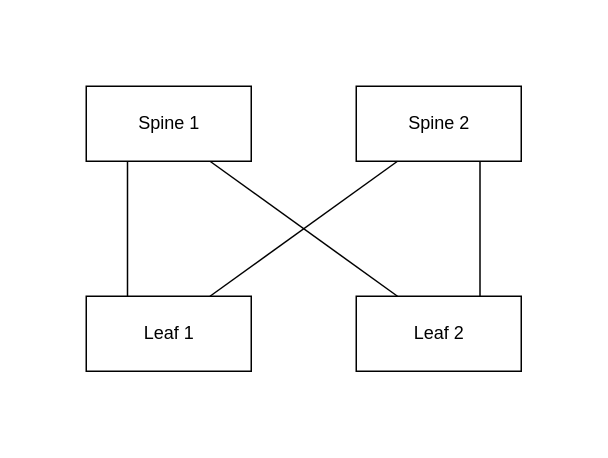
Earlier version of the draw.io diagram docs/docs/05-Concepts/03-Network/2-layer-leaf-spine.drawio (metal-stack/website). Source tidied: cells renumbered, new cells numbered last; positions are measured from the earlier drawing's top-left corner, leaving out a move shared by most shapes. Both pictures are drawn from the tidied source at 150%, with x=0, y=0 at pixel (86, 86).
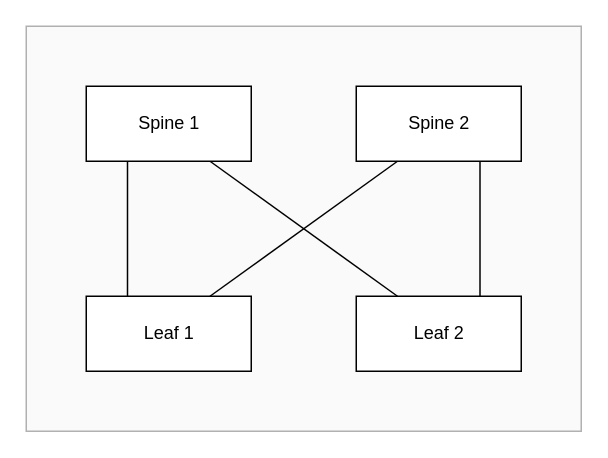
The same page after the edit.

The edit, as a diff of the source:
```diff
@@
 <mxGraphModel>
   <root>
     <mxCell id="0" />
     <mxCell id="1" parent="0" />
+    <mxCell id="10" style="rounded=0;whiteSpace=wrap;html=1;sketch=0;fontSize=20;fontColor=#333333;fillColor=#f5f5f5;opacity=50;strokeColor=#666666;" parent="1" vertex="1">
+      <mxGeometry x="-40" y="-40" width="370" height="270" as="geometry" />
+    </mxCell>
     <mxCell id="2" style="edgeStyle=orthogonalEdgeStyle;rounded=0;jettySize=auto;html=1;exitX=0.25;exitY=1;exitDx=0;exitDy=0;entryX=0.25;entryY=0;entryDx=0;entryDy=0;endArrow=none;endFill=0;" parent="1" edge="1" source="4" target="8">
       <mxGeometry relative="1" as="geometry" />
     </mxCell>
     <mxCell id="3" style="rounded=0;jettySize=auto;html=1;exitX=0.75;exitY=1;exitDx=0;exitDy=0;entryX=0.25;entryY=0;entryDx=0;entryDy=0;endArrow=none;endFill=0;" parent="1" edge="1" source="4" target="6">
       <mxGeometry relative="1" as="geometry" />
     </mxCell>
     <mxCell id="4" value="Spine 1" style="html=1;" parent="1" vertex="1">
       <mxGeometry width="110" height="50" as="geometry" />
     </mxCell>
     <mxCell id="5" value="Spine 2" style="html=1;" parent="1" vertex="1">
       <mxGeometry x="180" width="110" height="50" as="geometry" />
     </mxCell>
     <mxCell id="6" value="Leaf 2" style="html=1;" parent="1" vertex="1">
       <mxGeometry x="180" y="140" width="110" height="50" as="geometry" />
     </mxCell>
     <mxCell id="7" style="edgeStyle=none;rounded=0;jettySize=auto;html=1;exitX=0.75;exitY=0;exitDx=0;exitDy=0;entryX=0.25;entryY=1;entryDx=0;entryDy=0;endArrow=none;endFill=0;" parent="1" edge="1" source="8" target="5">
       <mxGeometry relative="1" as="geometry" />
     </mxCell>
     <mxCell id="8" value="Leaf 1" style="html=1;" parent="1" vertex="1">
       <mxGeometry y="140" width="110" height="50" as="geometry" />
     </mxCell>
     <mxCell id="9" style="edgeStyle=orthogonalEdgeStyle;rounded=0;jettySize=auto;html=1;exitX=0.75;exitY=1;exitDx=0;exitDy=0;entryX=0.75;entryY=0;entryDx=0;entryDy=0;endArrow=none;endFill=0;" parent="1" edge="1" source="5" target="6">
       <mxGeometry relative="1" as="geometry" />
     </mxCell>
   </root>
 </mxGraphModel>
```
